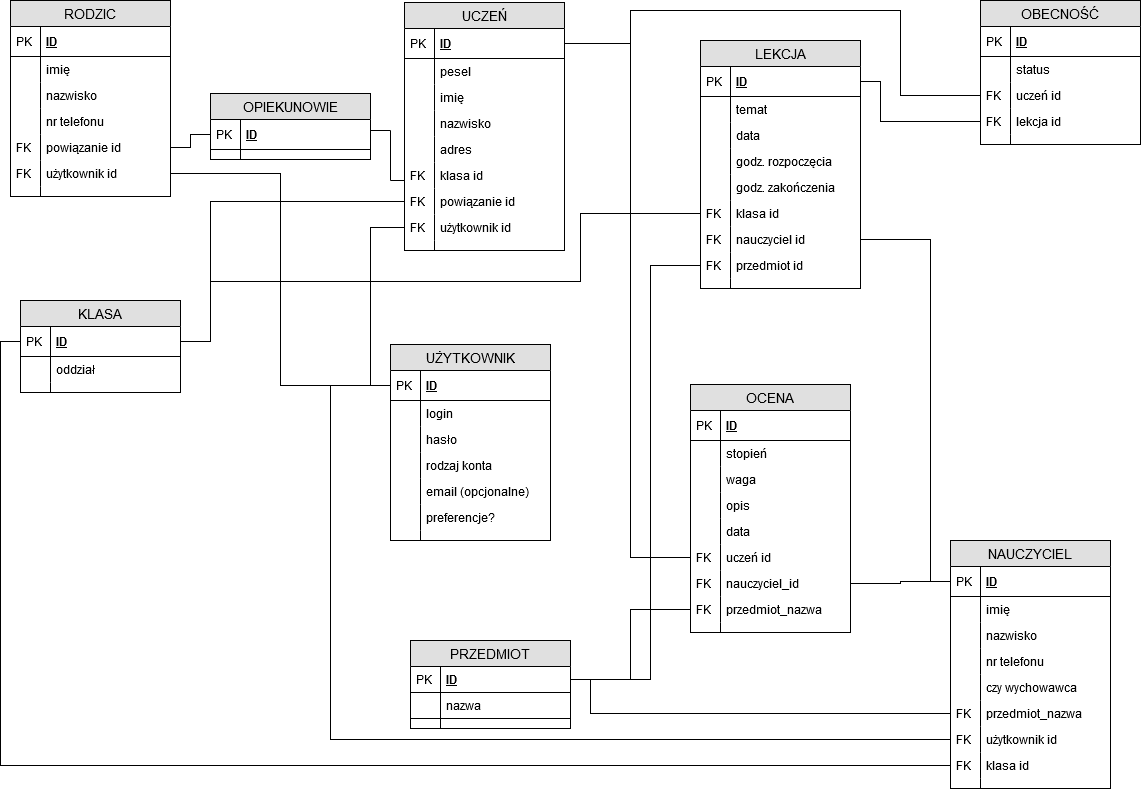
Before: Modele/modele-Moidel Logiczny.png, a diagram exported from draw.io (maciekpajak/BAZY_DANYCH_PROJEKT). Source tidied: cells renumbered, new cells last; positions are measured from the earlier drawing's top-left corner, leaving out a move shared by most shapes.
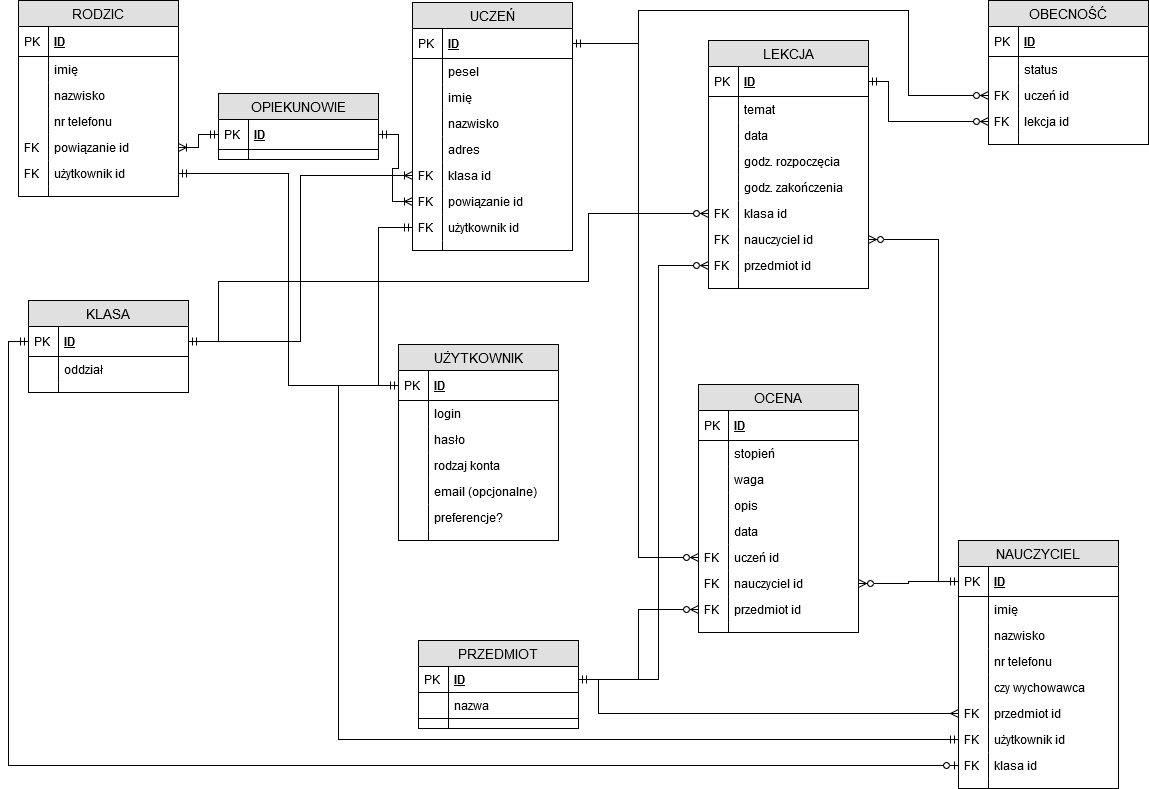
Later version of the same file.

Change to the diagram source:
```diff
@@ -92,7 +92,7 @@
     <mxCell id="31" style="shape=partialRectangle;top=0;left=0;bottom=0;fillColor=none;align=left;verticalAlign=top;spacingLeft=4;spacingRight=4;overflow=hidden;fontSize=12;" parent="30" vertex="1">
       <mxGeometry width="30" height="10" as="geometry" />
     </mxCell>
-    <mxCell id="32" style="edgeStyle=orthogonalEdgeStyle;jettySize=auto;html=1;exitX=0;exitY=0.5;exitDx=0;exitDy=0;entryX=1;entryY=0.5;entryDx=0;entryDy=0;startArrow=none;startFill=0;endArrow=none;endFill=0;rounded=0;" parent="1" edge="1" source="28" target="3">
+    <mxCell id="32" style="edgeStyle=orthogonalEdgeStyle;jettySize=auto;html=1;exitX=0;exitY=0.5;exitDx=0;exitDy=0;entryX=1;entryY=0.5;entryDx=0;entryDy=0;startArrow=ERzeroToMany;startFill=1;endArrow=ERmandOne;endFill=0;rounded=0;" parent="1" edge="1" source="28" target="3">
       <mxGeometry relative="1" as="geometry">
         <Array as="points">
           <mxPoint x="870" y="121" />
@@ -100,7 +100,7 @@
         </Array>
       </mxGeometry>
     </mxCell>
-    <mxCell id="33" style="edgeStyle=orthogonalEdgeStyle;jettySize=auto;html=1;exitX=0;exitY=0.5;exitDx=0;exitDy=0;entryX=1;entryY=0.5;entryDx=0;entryDy=0;startArrow=none;startFill=0;endArrow=none;endFill=0;rounded=0;" parent="1" edge="1" source="13" target="118">
+    <mxCell id="33" style="edgeStyle=orthogonalEdgeStyle;jettySize=auto;html=1;exitX=0;exitY=0.5;exitDx=0;exitDy=0;entryX=1;entryY=0.5;entryDx=0;entryDy=0;startArrow=ERzeroToMany;startFill=1;endArrow=none;endFill=0;rounded=0;" parent="1" edge="1" source="13" target="118">
       <mxGeometry relative="1" as="geometry">
         <Array as="points">
           <mxPoint x="570" y="213" />
@@ -110,7 +110,7 @@
         </Array>
       </mxGeometry>
     </mxCell>
-    <mxCell id="34" style="edgeStyle=orthogonalEdgeStyle;jettySize=auto;html=1;exitX=1;exitY=0.5;exitDx=0;exitDy=0;entryX=0;entryY=0.5;entryDx=0;entryDy=0;startArrow=none;startFill=0;endArrow=none;endFill=0;rounded=0;" parent="1" edge="1" source="15" target="40">
+    <mxCell id="34" style="edgeStyle=orthogonalEdgeStyle;jettySize=auto;html=1;exitX=1;exitY=0.5;exitDx=0;exitDy=0;entryX=0;entryY=0.5;entryDx=0;entryDy=0;startArrow=ERzeroToMany;startFill=1;endArrow=none;endFill=0;rounded=0;" parent="1" edge="1" source="15" target="40">
       <mxGeometry relative="1" as="geometry">
         <Array as="points">
           <mxPoint x="920" y="239" />
@@ -118,7 +118,7 @@
         </Array>
       </mxGeometry>
     </mxCell>
-    <mxCell id="35" style="edgeStyle=orthogonalEdgeStyle;rounded=0;jettySize=auto;html=1;exitX=0;exitY=0.5;exitDx=0;exitDy=0;entryX=1;entryY=0.5;entryDx=0;entryDy=0;startArrow=none;startFill=0;endArrow=none;endFill=0;strokeColor=#000000;" parent="1" edge="1" source="70" target="94">
+    <mxCell id="35" style="edgeStyle=orthogonalEdgeStyle;rounded=0;jettySize=auto;html=1;exitX=0;exitY=0.5;exitDx=0;exitDy=0;entryX=1;entryY=0.5;entryDx=0;entryDy=0;startArrow=ERzeroToMany;startFill=1;endArrow=none;endFill=0;strokeColor=#000000;" parent="1" edge="1" source="70" target="94">
       <mxGeometry relative="1" as="geometry">
         <Array as="points">
           <mxPoint x="620" y="557" />
@@ -126,10 +126,10 @@
         </Array>
       </mxGeometry>
     </mxCell>
-    <mxCell id="36" style="edgeStyle=orthogonalEdgeStyle;rounded=0;jettySize=auto;html=1;exitX=1;exitY=0.5;exitDx=0;exitDy=0;entryX=0;entryY=0.5;entryDx=0;entryDy=0;endArrow=none;endFill=0;" parent="1" edge="1" source="87" target="113">
+    <mxCell id="36" style="edgeStyle=orthogonalEdgeStyle;rounded=0;jettySize=auto;html=1;exitX=1;exitY=0.5;exitDx=0;exitDy=0;entryX=0;entryY=0.5;entryDx=0;entryDy=0;endArrow=ERmandOne;endFill=0;startArrow=ERoneToMany;startFill=0;" parent="1" edge="1" source="87" target="113">
       <mxGeometry relative="1" as="geometry" />
     </mxCell>
-    <mxCell id="37" style="edgeStyle=orthogonalEdgeStyle;rounded=0;jettySize=auto;html=1;endArrow=none;endFill=0;exitX=0;exitY=0.5;exitDx=0;exitDy=0;entryX=1;entryY=0.5;entryDx=0;entryDy=0;" parent="1" edge="1" source="26" target="94">
+    <mxCell id="37" style="edgeStyle=orthogonalEdgeStyle;rounded=0;jettySize=auto;html=1;endArrow=ERmandOne;endFill=0;exitX=0;exitY=0.5;exitDx=0;exitDy=0;entryX=1;entryY=0.5;entryDx=0;entryDy=0;startArrow=ERzeroToMany;startFill=1;" parent="1" edge="1" source="26" target="94">
       <mxGeometry relative="1" as="geometry">
         <Array as="points">
           <mxPoint x="890" y="95" />
@@ -139,14 +139,6 @@
         </Array>
       </mxGeometry>
     </mxCell>
-    <mxCell id="38" style="edgeStyle=orthogonalEdgeStyle;jettySize=auto;html=1;exitX=1;exitY=0.5;exitDx=0;exitDy=0;entryX=0;entryY=0.5;entryDx=0;entryDy=0;endArrow=none;endFill=0;rounded=0;strokeWidth=1;" parent="1" edge="1" source="118" target="106">
-      <mxGeometry relative="1" as="geometry">
-        <Array as="points">
-          <mxPoint x="200" y="341" />
-          <mxPoint x="200" y="201" />
-        </Array>
-      </mxGeometry>
-    </mxCell>
     <mxCell id="39" value="NAUCZYCIEL" style="swimlane;fontStyle=0;horizontal=1;startSize=26;fillColor=#e0e0e0;swimlaneFillColor=#ffffff;align=center;fontSize=14;rounded=0;" parent="1" vertex="1">
       <mxGeometry x="940" y="540" width="160" height="248" as="geometry" />
     </mxCell>
@@ -180,7 +172,7 @@
     <mxCell id="49" style="shape=partialRectangle;top=0;left=0;bottom=0;fillColor=none;align=left;verticalAlign=top;spacingLeft=4;spacingRight=4;overflow=hidden;fontSize=12;" parent="48" vertex="1">
       <mxGeometry width="30" height="26" as="geometry" />
     </mxCell>
-    <mxCell id="50" value="przedmiot_nazwa" style="shape=partialRectangle;top=0;left=0;right=0;bottom=0;align=left;verticalAlign=top;fillColor=none;spacingLeft=34;spacingRight=4;overflow=hidden;points=[[0,0.5],[1,0.5]];portConstraint=eastwest;fontSize=12;rounded=0;" parent="39" vertex="1">
+    <mxCell id="50" value="przedmiot id" style="shape=partialRectangle;top=0;left=0;right=0;bottom=0;align=left;verticalAlign=top;fillColor=none;spacingLeft=34;spacingRight=4;overflow=hidden;points=[[0,0.5],[1,0.5]];portConstraint=eastwest;fontSize=12;rounded=0;" parent="39" vertex="1">
       <mxGeometry y="160" width="160" height="26" as="geometry" />
     </mxCell>
     <mxCell id="51" value="FK" style="shape=partialRectangle;top=0;left=0;bottom=0;fillColor=none;align=left;verticalAlign=top;spacingLeft=4;spacingRight=4;overflow=hidden;fontSize=12;" parent="50" vertex="1">
@@ -204,7 +196,7 @@
     <mxCell id="57" style="shape=partialRectangle;top=0;left=0;bottom=0;fillColor=none;align=left;verticalAlign=top;spacingLeft=4;spacingRight=4;overflow=hidden;fontSize=12;" parent="56" vertex="1">
       <mxGeometry width="30" height="10" as="geometry" />
     </mxCell>
-    <mxCell id="58" style="edgeStyle=orthogonalEdgeStyle;rounded=0;jettySize=auto;html=1;exitX=0;exitY=0.5;exitDx=0;exitDy=0;entryX=1;entryY=0.5;entryDx=0;entryDy=0;endArrow=none;endFill=0;strokeWidth=1;" parent="1" edge="1" source="40" target="72">
+    <mxCell id="58" style="edgeStyle=orthogonalEdgeStyle;rounded=0;jettySize=auto;html=1;exitX=0;exitY=0.5;exitDx=0;exitDy=0;entryX=1;entryY=0.5;entryDx=0;entryDy=0;endArrow=ERzeroToMany;endFill=1;strokeWidth=1;startArrow=ERmandOne;startFill=0;" parent="1" edge="1" source="40" target="72">
       <mxGeometry relative="1" as="geometry" />
     </mxCell>
     <mxCell id="59" value="OCENA" style="swimlane;fontStyle=0;horizontal=1;startSize=26;fillColor=#e0e0e0;swimlaneFillColor=#ffffff;align=center;fontSize=14;rounded=0;" parent="1" vertex="1">
@@ -246,13 +238,13 @@
     <mxCell id="71" value="FK" style="shape=partialRectangle;top=0;left=0;bottom=0;fillColor=none;align=left;verticalAlign=top;spacingLeft=4;spacingRight=4;overflow=hidden;fontSize=12;" parent="70" vertex="1">
       <mxGeometry width="30" height="26" as="geometry" />
     </mxCell>
-    <mxCell id="72" value="nauczyciel_id" style="shape=partialRectangle;top=0;left=0;right=0;bottom=0;align=left;verticalAlign=top;fillColor=none;spacingLeft=34;spacingRight=4;overflow=hidden;points=[[0,0.5],[1,0.5]];portConstraint=eastwest;fontSize=12;" parent="59" vertex="1">
+    <mxCell id="72" value="nauczyciel id" style="shape=partialRectangle;top=0;left=0;right=0;bottom=0;align=left;verticalAlign=top;fillColor=none;spacingLeft=34;spacingRight=4;overflow=hidden;points=[[0,0.5],[1,0.5]];portConstraint=eastwest;fontSize=12;" parent="59" vertex="1">
       <mxGeometry y="186" width="160" height="26" as="geometry" />
     </mxCell>
     <mxCell id="73" value="FK" style="shape=partialRectangle;top=0;left=0;bottom=0;fillColor=none;align=left;verticalAlign=top;spacingLeft=4;spacingRight=4;overflow=hidden;fontSize=12;" parent="72" vertex="1">
       <mxGeometry width="30" height="26" as="geometry" />
     </mxCell>
-    <mxCell id="74" value="przedmiot_nazwa" style="shape=partialRectangle;top=0;left=0;right=0;bottom=0;align=left;verticalAlign=top;fillColor=none;spacingLeft=34;spacingRight=4;overflow=hidden;points=[[0,0.5],[1,0.5]];portConstraint=eastwest;fontSize=12;rounded=0;" parent="59" vertex="1">
+    <mxCell id="74" value="przedmiot id" style="shape=partialRectangle;top=0;left=0;right=0;bottom=0;align=left;verticalAlign=top;fillColor=none;spacingLeft=34;spacingRight=4;overflow=hidden;points=[[0,0.5],[1,0.5]];portConstraint=eastwest;fontSize=12;rounded=0;" parent="59" vertex="1">
       <mxGeometry y="212" width="160" height="26" as="geometry" />
     </mxCell>
     <mxCell id="75" value="FK" style="shape=partialRectangle;top=0;left=0;bottom=0;fillColor=none;align=left;verticalAlign=top;spacingLeft=4;spacingRight=4;overflow=hidden;fontSize=12;" parent="74" vertex="1">
@@ -402,13 +394,13 @@
     <mxCell id="123" style="shape=partialRectangle;top=0;left=0;bottom=0;fillColor=none;align=left;verticalAlign=top;spacingLeft=4;spacingRight=4;overflow=hidden;fontSize=12;" parent="122" vertex="1">
       <mxGeometry width="30" height="10" as="geometry" />
     </mxCell>
-    <mxCell id="124" style="edgeStyle=orthogonalEdgeStyle;rounded=0;jettySize=auto;html=1;exitX=1;exitY=0.5;exitDx=0;exitDy=0;entryX=0;entryY=0.5;entryDx=0;entryDy=0;endArrow=none;endFill=0;strokeWidth=1;" parent="1" edge="1" source="89" target="128">
+    <mxCell id="124" style="edgeStyle=orthogonalEdgeStyle;rounded=0;jettySize=auto;html=1;exitX=1;exitY=0.5;exitDx=0;exitDy=0;entryX=0;entryY=0.5;entryDx=0;entryDy=0;endArrow=none;endFill=0;strokeWidth=1;startArrow=ERmandOne;startFill=0;" parent="1" edge="1" source="89" target="128">
       <mxGeometry relative="1" as="geometry" />
     </mxCell>
-    <mxCell id="125" style="edgeStyle=orthogonalEdgeStyle;rounded=0;jettySize=auto;html=1;exitX=0;exitY=0.5;exitDx=0;exitDy=0;endArrow=none;endFill=0;strokeWidth=1;entryX=0;entryY=0.5;entryDx=0;entryDy=0;" parent="1" edge="1" source="108" target="128">
+    <mxCell id="125" style="edgeStyle=orthogonalEdgeStyle;rounded=0;jettySize=auto;html=1;exitX=0;exitY=0.5;exitDx=0;exitDy=0;endArrow=none;endFill=0;strokeWidth=1;entryX=0;entryY=0.5;entryDx=0;entryDy=0;startArrow=ERmandOne;startFill=0;" parent="1" edge="1" source="108" target="128">
       <mxGeometry relative="1" as="geometry" />
     </mxCell>
-    <mxCell id="126" style="edgeStyle=orthogonalEdgeStyle;rounded=0;jettySize=auto;html=1;exitX=0;exitY=0.5;exitDx=0;exitDy=0;entryX=0;entryY=0.5;entryDx=0;entryDy=0;endArrow=none;endFill=0;strokeWidth=1;" parent="1" edge="1" source="52" target="128">
+    <mxCell id="126" style="edgeStyle=orthogonalEdgeStyle;rounded=0;jettySize=auto;html=1;exitX=0;exitY=0.5;exitDx=0;exitDy=0;entryX=0;entryY=0.5;entryDx=0;entryDy=0;endArrow=ERmandOne;endFill=0;strokeWidth=1;startArrow=ERmandOne;startFill=0;" parent="1" edge="1" source="52" target="128">
       <mxGeometry relative="1" as="geometry">
         <Array as="points">
           <mxPoint x="320" y="739" />
@@ -461,7 +453,7 @@
     <mxCell id="141" style="shape=partialRectangle;top=0;left=0;bottom=0;fillColor=none;align=left;verticalAlign=top;spacingLeft=4;spacingRight=4;overflow=hidden;fontSize=12;" parent="140" vertex="1">
       <mxGeometry width="30" height="10" as="geometry" />
     </mxCell>
-    <mxCell id="142" style="edgeStyle=orthogonalEdgeStyle;rounded=0;jettySize=auto;html=1;exitX=0;exitY=0.5;exitDx=0;exitDy=0;entryX=0;entryY=0.5;entryDx=0;entryDy=0;endArrow=none;endFill=0;strokeWidth=1;" parent="1" edge="1" source="54" target="118">
+    <mxCell id="142" style="edgeStyle=orthogonalEdgeStyle;rounded=0;jettySize=auto;html=1;exitX=0;exitY=0.5;exitDx=0;exitDy=0;entryX=0;entryY=0.5;entryDx=0;entryDy=0;endArrow=ERmandOne;endFill=0;strokeWidth=1;startArrow=ERzeroToOne;startFill=1;" parent="1" edge="1" source="54" target="118">
       <mxGeometry relative="1" as="geometry" />
     </mxCell>
     <mxCell id="143" value="PRZEDMIOT" style="swimlane;fontStyle=0;horizontal=1;startSize=26;fillColor=#e0e0e0;swimlaneFillColor=#ffffff;align=center;fontSize=14;rounded=0;" parent="1" vertex="1">
@@ -485,7 +477,7 @@
     <mxCell id="149" style="shape=partialRectangle;top=0;left=0;bottom=0;fillColor=none;align=left;verticalAlign=top;spacingLeft=4;spacingRight=4;overflow=hidden;fontSize=12;" parent="148" vertex="1">
       <mxGeometry width="30" height="10" as="geometry" />
     </mxCell>
-    <mxCell id="150" style="edgeStyle=orthogonalEdgeStyle;rounded=0;jettySize=auto;html=1;exitX=0;exitY=0.5;exitDx=0;exitDy=0;entryX=1;entryY=0.5;entryDx=0;entryDy=0;endArrow=none;endFill=0;strokeWidth=1;" parent="1" edge="1" source="17" target="144">
+    <mxCell id="150" style="edgeStyle=orthogonalEdgeStyle;rounded=0;jettySize=auto;html=1;exitX=0;exitY=0.5;exitDx=0;exitDy=0;entryX=1;entryY=0.5;entryDx=0;entryDy=0;endArrow=ERmandOne;endFill=0;strokeWidth=1;startArrow=ERzeroToMany;startFill=1;" parent="1" edge="1" source="17" target="144">
       <mxGeometry relative="1" as="geometry">
         <Array as="points">
           <mxPoint x="640" y="265" />
@@ -493,10 +485,10 @@
         </Array>
       </mxGeometry>
     </mxCell>
-    <mxCell id="151" style="edgeStyle=orthogonalEdgeStyle;rounded=0;jettySize=auto;html=1;exitX=0;exitY=0.5;exitDx=0;exitDy=0;entryX=1;entryY=0.5;entryDx=0;entryDy=0;endArrow=none;endFill=0;strokeWidth=1;" parent="1" edge="1" source="74" target="144">
+    <mxCell id="151" style="edgeStyle=orthogonalEdgeStyle;rounded=0;jettySize=auto;html=1;exitX=0;exitY=0.5;exitDx=0;exitDy=0;entryX=1;entryY=0.5;entryDx=0;entryDy=0;endArrow=none;endFill=0;strokeWidth=1;startArrow=ERzeroToMany;startFill=1;" parent="1" edge="1" source="74" target="144">
       <mxGeometry relative="1" as="geometry" />
     </mxCell>
-    <mxCell id="152" style="edgeStyle=orthogonalEdgeStyle;rounded=0;jettySize=auto;html=1;exitX=0;exitY=0.5;exitDx=0;exitDy=0;entryX=1;entryY=0.5;entryDx=0;entryDy=0;endArrow=none;endFill=0;strokeWidth=1;" parent="1" edge="1" source="50" target="144">
+    <mxCell id="152" style="edgeStyle=orthogonalEdgeStyle;rounded=0;jettySize=auto;html=1;exitX=0;exitY=0.5;exitDx=0;exitDy=0;entryX=1;entryY=0.5;entryDx=0;entryDy=0;endArrow=none;endFill=0;strokeWidth=1;startArrow=ERmany;startFill=0;" parent="1" edge="1" source="50" target="144">
       <mxGeometry relative="1" as="geometry">
         <Array as="points">
           <mxPoint x="580" y="713" />
@@ -504,23 +496,11 @@
         </Array>
       </mxGeometry>
     </mxCell>
-    <mxCell id="153" style="endArrow=none;html=1;" parent="1" edge="1">
-      <mxGeometry relative="1" as="geometry">
-        <mxPoint x="380" y="180" as="sourcePoint" />
-        <mxPoint x="394" y="180" as="targetPoint" />
-      </mxGeometry>
-    </mxCell>
-    <mxCell id="154" style="endArrow=none;html=1;" parent="1" edge="1">
-      <mxGeometry relative="1" as="geometry">
-        <mxPoint x="380" y="180" as="sourcePoint" />
-        <mxPoint x="380" y="130" as="targetPoint" />
-      </mxGeometry>
-    </mxCell>
-    <mxCell id="155" style="endArrow=none;html=1;" parent="1" edge="1">
-      <mxGeometry relative="1" as="geometry">
-        <mxPoint x="360" y="130" as="sourcePoint" />
-        <mxPoint x="380" y="130" as="targetPoint" />
-      </mxGeometry>
-    </mxCell>
+    <mxCell id="156" style="edgeStyle=orthogonalEdgeStyle;rounded=0;jettySize=auto;html=1;exitX=0;exitY=0.5;exitDx=0;exitDy=0;entryX=1;entryY=0.5;entryDx=0;entryDy=0;startArrow=ERoneToMany;startFill=0;endArrow=ERmandOne;endFill=0;fontSize=12;" parent="1" edge="1" source="106" target="113">
+      <mxGeometry relative="1" as="geometry" />
+    </mxCell>
+    <mxCell id="157" style="edgeStyle=orthogonalEdgeStyle;rounded=0;jettySize=auto;html=1;exitX=0;exitY=0.5;exitDx=0;exitDy=0;entryX=1;entryY=0.5;entryDx=0;entryDy=0;startArrow=ERoneToMany;startFill=0;endArrow=ERmandOne;endFill=0;fontSize=12;" parent="1" edge="1" source="104" target="118">
+      <mxGeometry relative="1" as="geometry" />
+    </mxCell>
   </root>
 </mxGraphModel>
```
